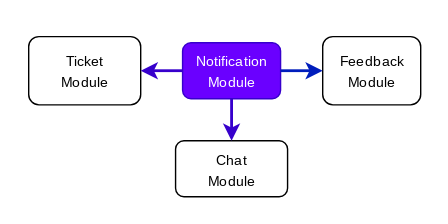
This is planning/system-architecture/images/notification-module-dependency-diagram.drawio.svg from brisahelpdesk/brisahelpdesk.github.io, a draw.io export, as it was before one commit. Source tidied: cells renumbered, new cells last; positions are measured from the earlier drawing's top-left corner, leaving out a move shared by most shapes. The source it was exported from:
```xml
<mxGraphModel>
  <root>
    <mxCell id="0" />
    <mxCell id="1" parent="0" />
    <mxCell id="2" style="rounded=1;whiteSpace=wrap;html=1;fillColor=none;strokeColor=none;" parent="1" vertex="1">
      <mxGeometry width="320" height="160" as="geometry" />
    </mxCell>
    <mxCell id="3" value="&lt;span style=&quot;font-size: 10px;&quot;&gt;Ticket&lt;br&gt;Module&lt;/span&gt;" style="rounded=1;whiteSpace=wrap;html=1;fontFamily=Roboto;fontSource=https%3A%2F%2Ffonts.googleapis.com%2Fcss%3Ffamily%3DRoboto;" parent="1" vertex="1">
      <mxGeometry x="20" y="25.6" width="80" height="48.8" as="geometry" />
    </mxCell>
    <mxCell id="4" style="edgeStyle=orthogonalEdgeStyle;rounded=0;jettySize=auto;html=1;fillColor=#6a00ff;strokeColor=#3700CC;strokeWidth=2;" parent="1" edge="1" source="5" target="3">
      <mxGeometry relative="1" as="geometry">
        <Array as="points">
          <mxPoint x="130" y="50" />
          <mxPoint x="130" y="50" />
        </Array>
      </mxGeometry>
    </mxCell>
    <mxCell id="5" value="&lt;span style=&quot;font-size: 10px;&quot;&gt;Notification&lt;br&gt;Module&lt;/span&gt;" style="rounded=1;whiteSpace=wrap;html=1;strokeColor=#3700CC;fillColor=#6a00ff;fontFamily=Roboto;fontSource=https%3A%2F%2Ffonts.googleapis.com%2Fcss%3Ffamily%3DRoboto;fontColor=#ffffff;" parent="1" vertex="1">
      <mxGeometry x="129.9" y="30" width="70" height="40" as="geometry" />
    </mxCell>
    <mxCell id="6" value="&lt;span style=&quot;font-size: 10px;&quot;&gt;Chat&lt;br&gt;Module&lt;/span&gt;" style="rounded=1;whiteSpace=wrap;html=1;fontFamily=Roboto;fontSource=https%3A%2F%2Ffonts.googleapis.com%2Fcss%3Ffamily%3DRoboto;" parent="1" vertex="1">
      <mxGeometry x="124.9" y="100" width="80" height="40" as="geometry" />
    </mxCell>
    <mxCell id="7" value="&lt;span style=&quot;font-size: 10px;&quot;&gt;Feedback&lt;br&gt;Module&lt;/span&gt;" style="rounded=1;whiteSpace=wrap;html=1;fontFamily=Roboto;fontSource=https%3A%2F%2Ffonts.googleapis.com%2Fcss%3Ffamily%3DRoboto;" parent="1" vertex="1">
      <mxGeometry x="230" y="25.6" width="70" height="48.8" as="geometry" />
    </mxCell>
    <mxCell id="8" style="edgeStyle=orthogonalEdgeStyle;rounded=0;jettySize=auto;html=1;strokeWidth=2;fillColor=#0050ef;strokeColor=#001DBC;" parent="1" edge="1" source="5" target="7">
      <mxGeometry relative="1" as="geometry">
        <Array as="points">
          <mxPoint x="210" y="50" />
          <mxPoint x="210" y="50" />
        </Array>
      </mxGeometry>
    </mxCell>
    <mxCell id="9" style="edgeStyle=orthogonalEdgeStyle;rounded=0;jettySize=auto;html=1;fillColor=#6a00ff;strokeColor=#3700CC;strokeWidth=2;" parent="1" edge="1" source="5" target="6">
      <mxGeometry relative="1" as="geometry">
        <Array as="points">
          <mxPoint x="165" y="110" />
        </Array>
      </mxGeometry>
    </mxCell>
  </root>
</mxGraphModel>
```
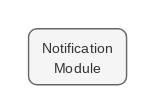
The same diagram one commit later.

Change to the diagram source:
```diff
@@ -3,42 +3,10 @@
     <mxCell id="0" />
     <mxCell id="1" parent="0" />
     <mxCell id="2" style="rounded=1;whiteSpace=wrap;html=1;fillColor=none;strokeColor=none;" parent="1" vertex="1">
-      <mxGeometry width="320" height="160" as="geometry" />
+      <mxGeometry width="110" height="80" as="geometry" />
     </mxCell>
-    <mxCell id="3" value="&lt;span style=&quot;font-size: 10px;&quot;&gt;Ticket&lt;br&gt;Module&lt;/span&gt;" style="rounded=1;whiteSpace=wrap;html=1;fontFamily=Roboto;fontSource=https%3A%2F%2Ffonts.googleapis.com%2Fcss%3Ffamily%3DRoboto;" parent="1" vertex="1">
-      <mxGeometry x="20" y="25.6" width="80" height="48.8" as="geometry" />
+    <mxCell id="3" value="&lt;span style=&quot;font-size: 10px;&quot;&gt;Notification&lt;br&gt;Module&lt;/span&gt;" style="rounded=1;whiteSpace=wrap;html=1;strokeColor=#666666;fillColor=#f5f5f5;fontFamily=Roboto;fontSource=https%3A%2F%2Ffonts.googleapis.com%2Fcss%3Ffamily%3DRoboto;fontColor=#333333;" parent="1" vertex="1">
+      <mxGeometry x="19.9" y="20" width="70" height="40" as="geometry" />
     </mxCell>
-    <mxCell id="4" style="edgeStyle=orthogonalEdgeStyle;rounded=0;jettySize=auto;html=1;fillColor=#6a00ff;strokeColor=#3700CC;strokeWidth=2;" parent="1" edge="1" source="5" target="3">
-      <mxGeometry relative="1" as="geometry">
-        <Array as="points">
-          <mxPoint x="130" y="50" />
-          <mxPoint x="130" y="50" />
-        </Array>
-      </mxGeometry>
-    </mxCell>
-    <mxCell id="5" value="&lt;span style=&quot;font-size: 10px;&quot;&gt;Notification&lt;br&gt;Module&lt;/span&gt;" style="rounded=1;whiteSpace=wrap;html=1;strokeColor=#3700CC;fillColor=#6a00ff;fontFamily=Roboto;fontSource=https%3A%2F%2Ffonts.googleapis.com%2Fcss%3Ffamily%3DRoboto;fontColor=#ffffff;" parent="1" vertex="1">
-      <mxGeometry x="129.9" y="30" width="70" height="40" as="geometry" />
-    </mxCell>
-    <mxCell id="6" value="&lt;span style=&quot;font-size: 10px;&quot;&gt;Chat&lt;br&gt;Module&lt;/span&gt;" style="rounded=1;whiteSpace=wrap;html=1;fontFamily=Roboto;fontSource=https%3A%2F%2Ffonts.googleapis.com%2Fcss%3Ffamily%3DRoboto;" parent="1" vertex="1">
-      <mxGeometry x="124.9" y="100" width="80" height="40" as="geometry" />
-    </mxCell>
-    <mxCell id="7" value="&lt;span style=&quot;font-size: 10px;&quot;&gt;Feedback&lt;br&gt;Module&lt;/span&gt;" style="rounded=1;whiteSpace=wrap;html=1;fontFamily=Roboto;fontSource=https%3A%2F%2Ffonts.googleapis.com%2Fcss%3Ffamily%3DRoboto;" parent="1" vertex="1">
-      <mxGeometry x="230" y="25.6" width="70" height="48.8" as="geometry" />
-    </mxCell>
-    <mxCell id="8" style="edgeStyle=orthogonalEdgeStyle;rounded=0;jettySize=auto;html=1;strokeWidth=2;fillColor=#0050ef;strokeColor=#001DBC;" parent="1" edge="1" source="5" target="7">
-      <mxGeometry relative="1" as="geometry">
-        <Array as="points">
-          <mxPoint x="210" y="50" />
-          <mxPoint x="210" y="50" />
-        </Array>
-      </mxGeometry>
-    </mxCell>
-    <mxCell id="9" style="edgeStyle=orthogonalEdgeStyle;rounded=0;jettySize=auto;html=1;fillColor=#6a00ff;strokeColor=#3700CC;strokeWidth=2;" parent="1" edge="1" source="5" target="6">
-      <mxGeometry relative="1" as="geometry">
-        <Array as="points">
-          <mxPoint x="165" y="110" />
-        </Array>
-      </mxGeometry>
-    </mxCell>
   </root>
 </mxGraphModel>
```
